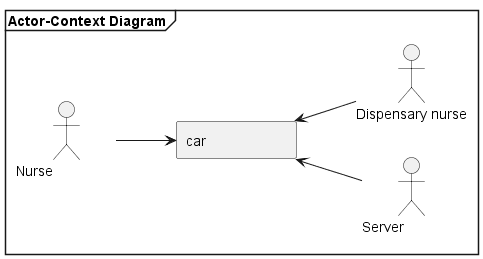
lineklemensen/PRJ3 keeps this PlantUML diagram as docs/diagrams/out/requirements/actDiagram/Actor-Context-Diagram.png. Above is the earlier version. The source it was exported from:
```plantuml
@startuml Actor-Context-Diagram
mainframe **Actor-Context Diagram\t**
skinparam MinClassWidth 100

left to right direction
actor "Nurse" as fc
actor "Dispensary nurse" as fc2
actor "Server" as fc3

rectangle car

fc --> car
car <-- fc2
car <-- fc3
@enduml
```
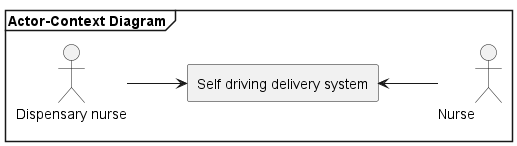
After the change.

Commit message:
added actor context diagram

Change to the diagram source:
```diff
@@ -3,13 +3,12 @@
 skinparam MinClassWidth 100
 
 left to right direction
-actor "Nurse" as fc
-actor "Dispensary nurse" as fc2
-actor "Server" as fc3
+actor "Nurse" as n
+actor "Dispensary nurse" as dn
 
-rectangle car
 
-fc --> car
-car <-- fc2
-car <-- fc3
+rectangle "Self driving delivery system" as car
+
+dn --> car
+car <-- n
 @enduml
```
